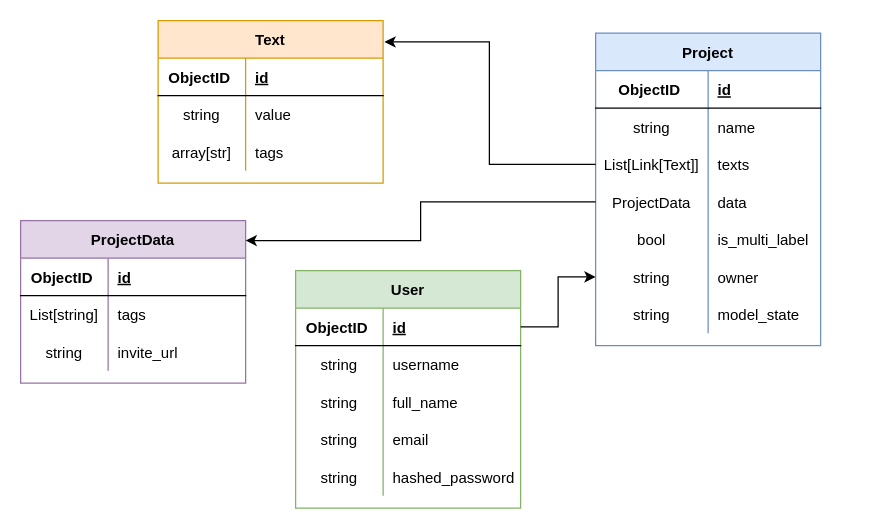
This is docs/images/db.drawio from Majkel1999/Hilbert, a draw.io file, before an edit. Source tidied: cells renumbered, new cells numbered last; positions are measured from the earlier drawing's top-left corner, leaving out a move shared by most shapes. Both pictures are drawn from the tidied source at 125%, with x=0, y=0 at pixel (20, 20).
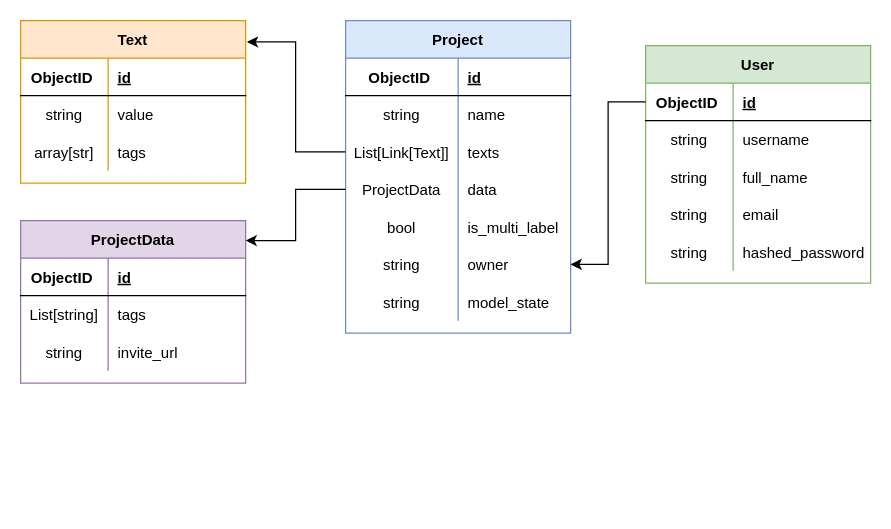
The same page after the edit.

Unchanged cells that the change refers to:
```xml
<mxCell id="3" style="shape=tableRow;horizontal=0;startSize=0;swimlaneHead=0;swimlaneBody=0;fillColor=none;points=[[0,0.5],[1,0.5]];portConstraint=eastwest;top=0;left=0;right=0;bottom=1;" parent="2" vertex="1">
  <mxGeometry y="30" width="180" height="30" as="geometry" />
</mxCell>
<mxCell id="44" style="shape=tableRow;horizontal=0;startSize=0;swimlaneHead=0;swimlaneBody=0;fillColor=none;points=[[0,0.5],[1,0.5]];portConstraint=eastwest;top=0;left=0;right=0;bottom=0;" parent="28" vertex="1">
  <mxGeometry y="180" width="180" height="30" as="geometry" />
</mxCell>
```

What changed in the source:
```diff
@@
     <mxCell id="2" value="User" style="shape=table;startSize=30;childLayout=tableLayout;rowLines=0;fontStyle=1;align=center;fillColor=#d5e8d4;strokeColor=#82b366;" parent="1" vertex="1">
-      <mxGeometry x="220" y="200" width="180" height="190" as="geometry" />
+      <mxGeometry x="500" y="20" width="180" height="190" as="geometry" />
     </mxCell>
@@
     <mxCell id="18" value="Text" style="shape=table;startSize=30;childLayout=tableLayout;rowLines=0;fontStyle=1;align=center;fillColor=#ffe6cc;strokeColor=#d79b00;" parent="1" vertex="1">
-      <mxGeometry x="110" width="180" height="130" as="geometry" />
+      <mxGeometry width="180" height="130" as="geometry" />
     </mxCell>
@@
     <mxCell id="28" value="Project" style="shape=table;startSize=30;childLayout=tableLayout;rowLines=0;fontStyle=1;align=center;fillColor=#dae8fc;strokeColor=#6c8ebf;" parent="1" vertex="1">
-      <mxGeometry x="460" y="10" width="180" height="250" as="geometry" />
+      <mxGeometry x="260" width="180" height="250" as="geometry" />
     </mxCell>
@@
-    <mxCell id="62" style="edgeStyle=orthogonalEdgeStyle;rounded=0;jettySize=auto;html=1;exitX=1;exitY=0.5;exitDx=0;exitDy=0;entryX=0;entryY=0.5;entryDx=0;entryDy=0;" parent="1" edge="1" source="3" target="44">
+    <mxCell id="62" style="edgeStyle=orthogonalEdgeStyle;rounded=0;jettySize=auto;html=1;exitX=0;exitY=0.5;exitDx=0;exitDy=0;entryX=1;entryY=0.5;entryDx=0;entryDy=0;" parent="1" edge="1" source="3" target="44">
       <mxGeometry relative="1" as="geometry" />
     </mxCell>
```
